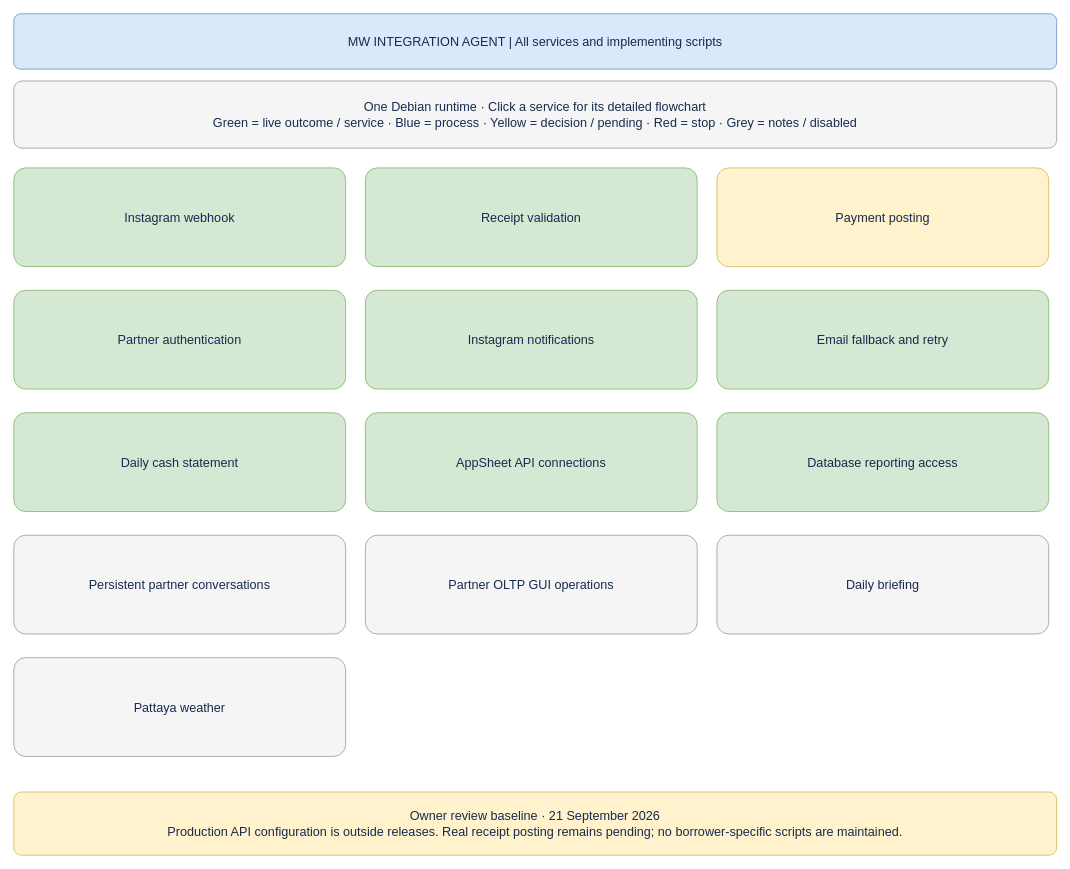
This is page "02 · All services" (2 of 16) of docs/BUSINESS_PROCESS.drawio from welct0407/MW-Credit-App, a draw.io file, before an edit. Source tidied: cells renumbered, new cells numbered last; positions are measured from the earlier drawing's top-left corner, leaving out a move shared by most shapes. Both pictures are drawn from the tidied source at 79%, with x=0, y=0 at pixel (13, 13).
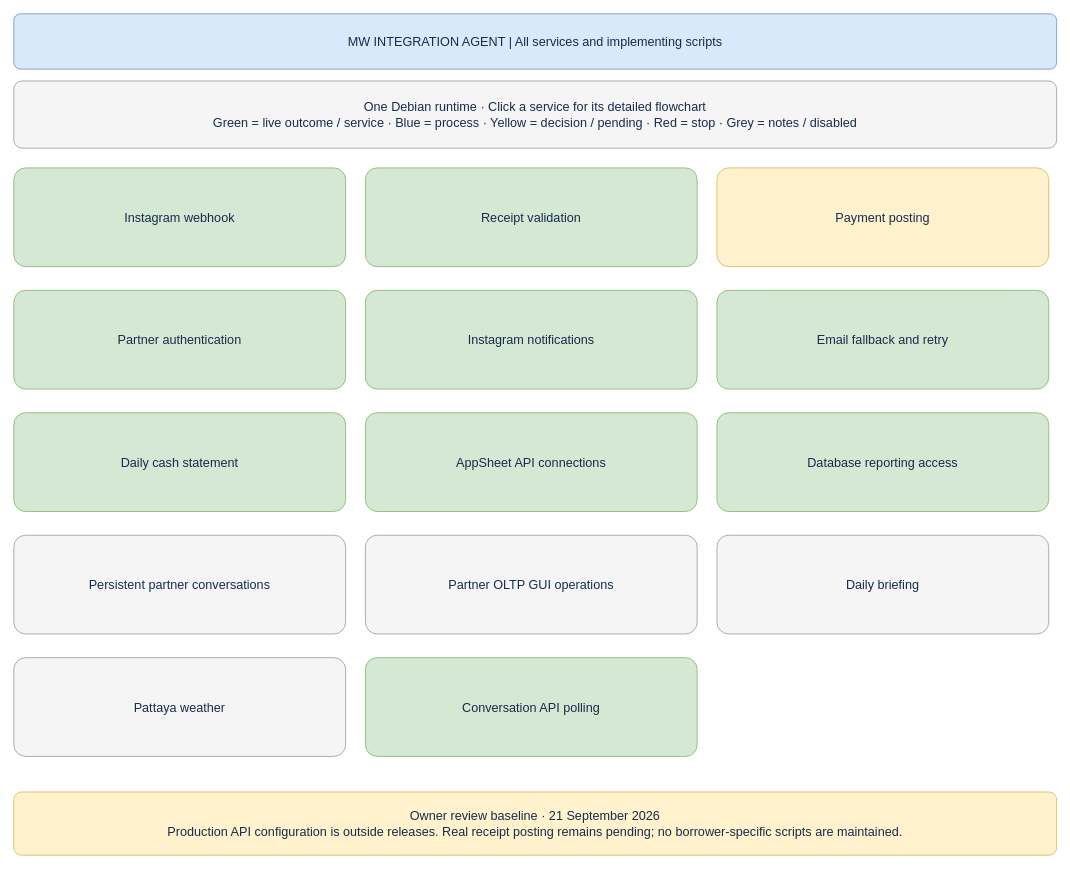
Above is the later version.

Commit message (it also covers changes not shown here):
Document verified API polling deployment and update process diagram

What changed in the source:
```diff
@@
 <mxGraphModel>
   <root>
     <mxCell id="0" />
     <mxCell id="1" parent="0" />
     <mxCell id="2" value="MW INTEGRATION AGENT  |  All services and implementing scripts" style="rounded=1;arcSize=12;whiteSpace=wrap;html=0;fillColor=#dae8fc;strokeColor=#6c8ebf;fontColor=#172b4d;fontSize=16;align=center;verticalAlign=middle;spacing=12;" parent="1" vertex="1">
       <mxGeometry width="1320" height="70" as="geometry" />
     </mxCell>
     <mxCell id="3" value="One Debian runtime · Click a service for its detailed flowchart&#10;Green = live outcome / service · Blue = process · Yellow = decision / pending · Red = stop · Grey = notes / disabled" style="rounded=1;arcSize=12;whiteSpace=wrap;html=0;fillColor=#f5f5f5;strokeColor=#999999;fontColor=#172b4d;fontSize=16;align=center;verticalAlign=middle;spacing=12;" parent="1" vertex="1">
       <mxGeometry y="85" width="1320" height="85" as="geometry" />
     </mxCell>
     <mxCell id="4" value="Instagram webhook" style="rounded=1;arcSize=12;whiteSpace=wrap;html=0;fillColor=#d5e8d4;strokeColor=#82b366;fontColor=#172b4d;fontSize=16;align=center;verticalAlign=middle;spacing=12;" parent="1" vertex="1">
       <mxGeometry y="195" width="420" height="125" as="geometry" />
     </mxCell>
     <mxCell id="5" value="Receipt validation" style="rounded=1;arcSize=12;whiteSpace=wrap;html=0;fillColor=#d5e8d4;strokeColor=#82b366;fontColor=#172b4d;fontSize=16;align=center;verticalAlign=middle;spacing=12;" parent="1" vertex="1">
       <mxGeometry x="445" y="195" width="420" height="125" as="geometry" />
     </mxCell>
     <mxCell id="6" value="Payment posting" style="rounded=1;arcSize=12;whiteSpace=wrap;html=0;fillColor=#fff2cc;strokeColor=#d6b656;fontColor=#172b4d;fontSize=16;align=center;verticalAlign=middle;spacing=12;" parent="1" vertex="1">
       <mxGeometry x="890" y="195" width="420" height="125" as="geometry" />
     </mxCell>
     <mxCell id="7" value="Partner authentication" style="rounded=1;arcSize=12;whiteSpace=wrap;html=0;fillColor=#d5e8d4;strokeColor=#82b366;fontColor=#172b4d;fontSize=16;align=center;verticalAlign=middle;spacing=12;" parent="1" vertex="1">
       <mxGeometry y="350" width="420" height="125" as="geometry" />
     </mxCell>
     <mxCell id="8" value="Instagram notifications" style="rounded=1;arcSize=12;whiteSpace=wrap;html=0;fillColor=#d5e8d4;strokeColor=#82b366;fontColor=#172b4d;fontSize=16;align=center;verticalAlign=middle;spacing=12;" parent="1" vertex="1">
       <mxGeometry x="445" y="350" width="420" height="125" as="geometry" />
     </mxCell>
     <mxCell id="9" value="Email fallback and retry" style="rounded=1;arcSize=12;whiteSpace=wrap;html=0;fillColor=#d5e8d4;strokeColor=#82b366;fontColor=#172b4d;fontSize=16;align=center;verticalAlign=middle;spacing=12;" parent="1" vertex="1">
       <mxGeometry x="890" y="350" width="420" height="125" as="geometry" />
     </mxCell>
     <mxCell id="10" value="Daily cash statement" style="rounded=1;arcSize=12;whiteSpace=wrap;html=0;fillColor=#d5e8d4;strokeColor=#82b366;fontColor=#172b4d;fontSize=16;align=center;verticalAlign=middle;spacing=12;" parent="1" vertex="1">
       <mxGeometry y="505" width="420" height="125" as="geometry" />
     </mxCell>
     <mxCell id="11" value="AppSheet API connections" style="rounded=1;arcSize=12;whiteSpace=wrap;html=0;fillColor=#d5e8d4;strokeColor=#82b366;fontColor=#172b4d;fontSize=16;align=center;verticalAlign=middle;spacing=12;" parent="1" vertex="1">
       <mxGeometry x="445" y="505" width="420" height="125" as="geometry" />
     </mxCell>
     <mxCell id="12" value="Database reporting access" style="rounded=1;arcSize=12;whiteSpace=wrap;html=0;fillColor=#d5e8d4;strokeColor=#82b366;fontColor=#172b4d;fontSize=16;align=center;verticalAlign=middle;spacing=12;" parent="1" vertex="1">
       <mxGeometry x="890" y="505" width="420" height="125" as="geometry" />
     </mxCell>
     <mxCell id="13" value="Persistent partner conversations" style="rounded=1;arcSize=12;whiteSpace=wrap;html=0;fillColor=#f5f5f5;strokeColor=#999999;fontColor=#172b4d;fontSize=16;align=center;verticalAlign=middle;spacing=12;" parent="1" vertex="1">
       <mxGeometry y="660" width="420" height="125" as="geometry" />
     </mxCell>
     <mxCell id="14" value="Partner OLTP GUI operations" style="rounded=1;arcSize=12;whiteSpace=wrap;html=0;fillColor=#f5f5f5;strokeColor=#999999;fontColor=#172b4d;fontSize=16;align=center;verticalAlign=middle;spacing=12;" parent="1" vertex="1">
       <mxGeometry x="445" y="660" width="420" height="125" as="geometry" />
     </mxCell>
     <mxCell id="15" value="Daily briefing" style="rounded=1;arcSize=12;whiteSpace=wrap;html=0;fillColor=#f5f5f5;strokeColor=#999999;fontColor=#172b4d;fontSize=16;align=center;verticalAlign=middle;spacing=12;" parent="1" vertex="1">
       <mxGeometry x="890" y="660" width="420" height="125" as="geometry" />
     </mxCell>
     <mxCell id="16" value="Pattaya weather" style="rounded=1;arcSize=12;whiteSpace=wrap;html=0;fillColor=#f5f5f5;strokeColor=#999999;fontColor=#172b4d;fontSize=16;align=center;verticalAlign=middle;spacing=12;" parent="1" vertex="1">
       <mxGeometry y="815" width="420" height="125" as="geometry" />
     </mxCell>
+    <mxCell id="18" value="Conversation API polling" style="rounded=1;arcSize=12;whiteSpace=wrap;html=0;fillColor=#d5e8d4;strokeColor=#82b366;fontColor=#172b4d;fontSize=16;align=center;verticalAlign=middle;spacing=12;" parent="1" vertex="1">
+      <mxGeometry x="445" y="815" width="420" height="125" as="geometry" />
+    </mxCell>
     <mxCell id="17" value="Owner review baseline · 21 September 2026&#10;Production API configuration is outside releases. Real receipt posting remains pending; no borrower-specific scripts are maintained." style="rounded=1;arcSize=12;whiteSpace=wrap;html=0;fillColor=#fff2cc;strokeColor=#d6b656;fontColor=#172b4d;fontSize=16;align=center;verticalAlign=middle;spacing=12;" parent="1" vertex="1">
       <mxGeometry y="985" width="1320" height="80" as="geometry" />
     </mxCell>
   </root>
 </mxGraphModel>
```
